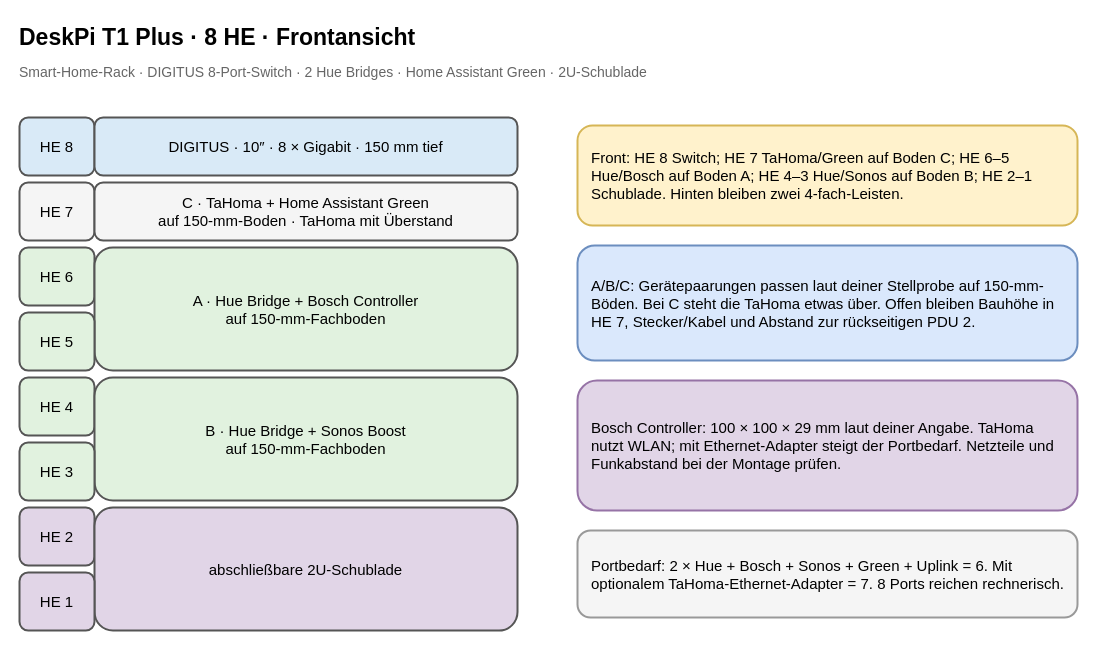
Above: page "DeskPi 8 HE – Front" (1 of 4) of 10-zoll-rack-planung.drawio in tiptronic/diagrams (draw.io), before the change. Source tidied: cells renumbered, new cells numbered last; positions are measured from the earlier drawing's top-left corner, leaving out a move shared by most shapes. Both pictures are drawn from the tidied source at 100%, with x=0, y=0 at pixel (17, 17).
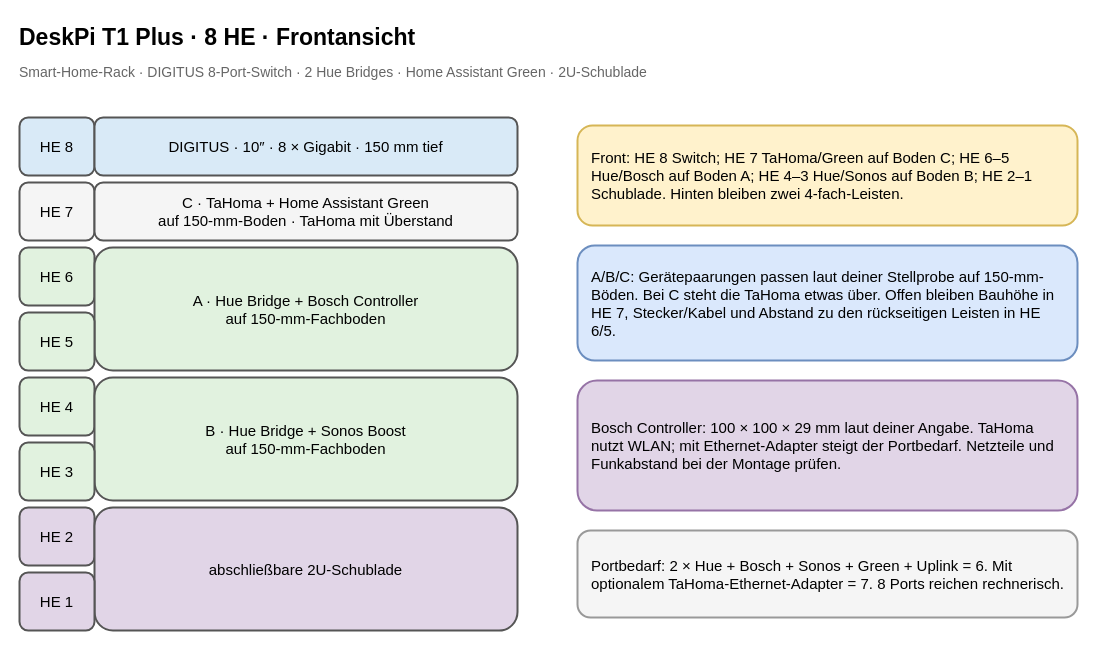
After the change.

Change to the diagram source:
```diff
@@
-    <mxCell id="18" value="A/B/C: Gerätepaarungen passen laut deiner Stellprobe auf 150-mm-Böden. Bei C steht die TaHoma etwas über. Offen bleiben Bauhöhe in HE 7, Stecker/Kabel und Abstand zur rückseitigen PDU 2." style="rounded=1;whiteSpace=wrap;html=1;align=center;verticalAlign=middle;strokeWidth=2;fontSize=15;align=left;spacing=14;fillColor=#dae8fc;strokeColor=#6c8ebf;" parent="1" vertex="1">
+    <mxCell id="18" value="A/B/C: Gerätepaarungen passen laut deiner Stellprobe auf 150-mm-Böden. Bei C steht die TaHoma etwas über. Offen bleiben Bauhöhe in HE 7, Stecker/Kabel und Abstand zu den rückseitigen Leisten in HE 6/5." style="rounded=1;whiteSpace=wrap;html=1;align=center;verticalAlign=middle;strokeWidth=2;fontSize=15;align=left;spacing=14;fillColor=#dae8fc;strokeColor=#6c8ebf;" parent="1" vertex="1">
       <mxGeometry x="560" y="228" width="500" height="115" as="geometry" />
     </mxCell>
```
